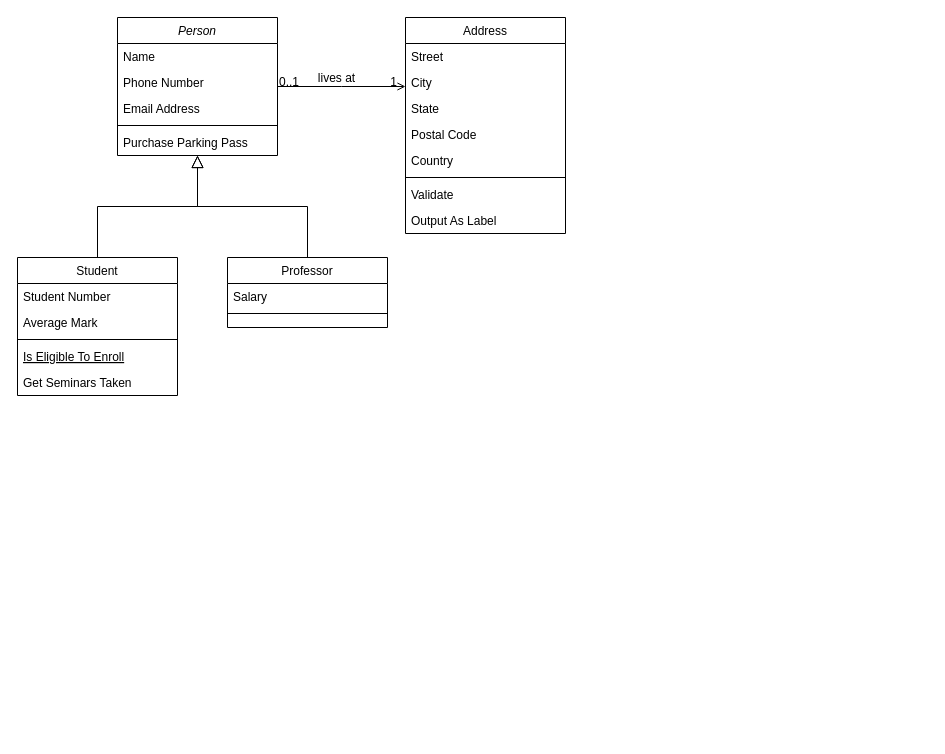
Before: Untitled Diagram.drawio in DiggsPapu/Proyect1_Lisp_Interpreter, a draw.io diagram. Source tidied: cells renumbered, new cells numbered last; positions are measured from the earlier drawing's top-left corner, leaving out a move shared by most shapes. Both pictures are drawn from the tidied source at 100%, with x=0, y=0 at pixel (17, 17).
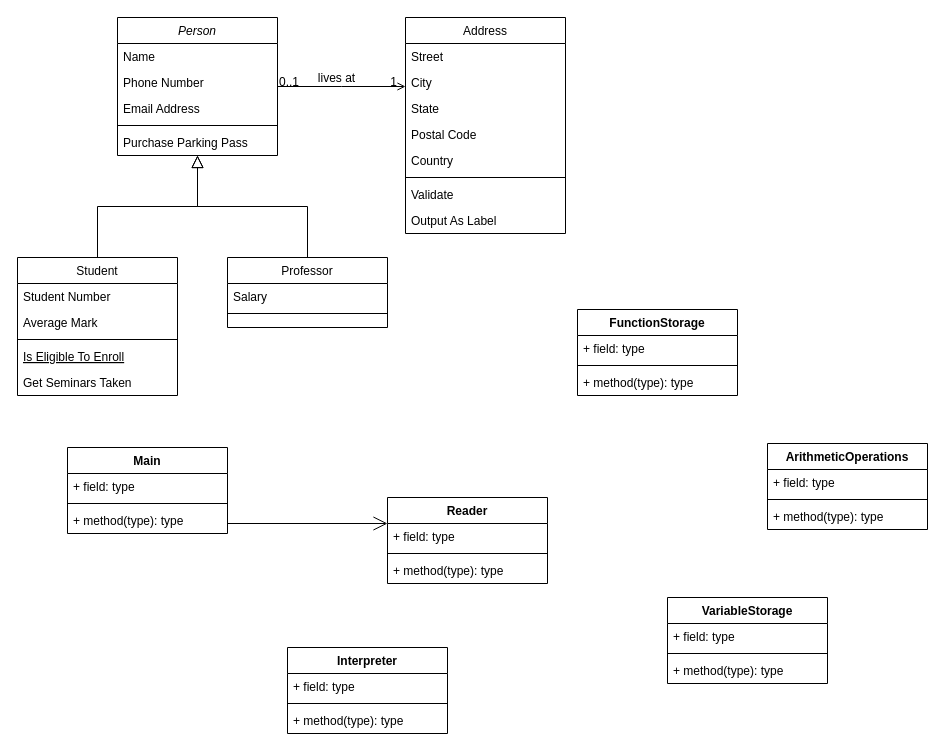
Above is the later version.

The edit, as a diff of the source:
```diff
@@
+    <mxCell id="32" value="Main&#10;" style="swimlane;fontStyle=1;align=center;verticalAlign=top;horizontal=1;startSize=26;" parent="1" vertex="1">
+      <mxGeometry x="50" y="430" width="160" height="86" as="geometry" />
+    </mxCell>
+    <mxCell id="33" value="+ field: type" style="text;strokeColor=none;fillColor=none;align=left;verticalAlign=top;spacingLeft=4;spacingRight=4;overflow=hidden;" parent="32" vertex="1">
+      <mxGeometry y="26" width="160" height="26" as="geometry" />
+    </mxCell>
+    <mxCell id="34" style="line;strokeWidth=1;fillColor=none;align=left;verticalAlign=middle;spacingTop=-1;spacingLeft=3;spacingRight=3;labelPosition=right;" parent="32" vertex="1">
+      <mxGeometry y="52" width="160" height="8" as="geometry" />
+    </mxCell>
+    <mxCell id="35" value="+ method(type): type" style="text;strokeColor=none;fillColor=none;align=left;verticalAlign=top;spacingLeft=4;spacingRight=4;overflow=hidden;" parent="32" vertex="1">
+      <mxGeometry y="60" width="160" height="26" as="geometry" />
+    </mxCell>
+    <mxCell id="36" value="Reader&#10;" style="swimlane;fontStyle=1;align=center;verticalAlign=top;horizontal=1;startSize=26;" parent="1" vertex="1">
+      <mxGeometry x="370" y="480" width="160" height="86" as="geometry" />
+    </mxCell>
+    <mxCell id="37" style="endArrow=open;endFill=1;endSize=12;html=1;rounded=0;" parent="36" edge="1">
+      <mxGeometry relative="1" as="geometry">
+        <mxPoint x="-160" y="26" as="sourcePoint" />
+        <mxPoint y="26" as="targetPoint" />
+      </mxGeometry>
+    </mxCell>
+    <mxCell id="38" value="+ field: type" style="text;strokeColor=none;fillColor=none;align=left;verticalAlign=top;spacingLeft=4;spacingRight=4;overflow=hidden;" parent="36" vertex="1">
+      <mxGeometry y="26" width="160" height="26" as="geometry" />
+    </mxCell>
+    <mxCell id="39" style="line;strokeWidth=1;fillColor=none;align=left;verticalAlign=middle;spacingTop=-1;spacingLeft=3;spacingRight=3;labelPosition=right;" parent="36" vertex="1">
+      <mxGeometry y="52" width="160" height="8" as="geometry" />
+    </mxCell>
+    <mxCell id="40" value="+ method(type): type" style="text;strokeColor=none;fillColor=none;align=left;verticalAlign=top;spacingLeft=4;spacingRight=4;overflow=hidden;" parent="36" vertex="1">
+      <mxGeometry y="60" width="160" height="26" as="geometry" />
+    </mxCell>
+    <mxCell id="41" value="VariableStorage" style="swimlane;fontStyle=1;align=center;verticalAlign=top;horizontal=1;startSize=26;" parent="1" vertex="1">
+      <mxGeometry x="650" y="580" width="160" height="86" as="geometry" />
+    </mxCell>
+    <mxCell id="42" value="+ field: type" style="text;strokeColor=none;fillColor=none;align=left;verticalAlign=top;spacingLeft=4;spacingRight=4;overflow=hidden;" parent="41" vertex="1">
+      <mxGeometry y="26" width="160" height="26" as="geometry" />
+    </mxCell>
+    <mxCell id="43" style="line;strokeWidth=1;fillColor=none;align=left;verticalAlign=middle;spacingTop=-1;spacingLeft=3;spacingRight=3;labelPosition=right;" parent="41" vertex="1">
+      <mxGeometry y="52" width="160" height="8" as="geometry" />
+    </mxCell>
+    <mxCell id="44" value="+ method(type): type" style="text;strokeColor=none;fillColor=none;align=left;verticalAlign=top;spacingLeft=4;spacingRight=4;overflow=hidden;" parent="41" vertex="1">
+      <mxGeometry y="60" width="160" height="26" as="geometry" />
+    </mxCell>
+    <mxCell id="45" value="FunctionStorage" style="swimlane;fontStyle=1;align=center;verticalAlign=top;horizontal=1;startSize=26;" parent="1" vertex="1">
+      <mxGeometry x="560" y="292" width="160" height="86" as="geometry" />
+    </mxCell>
+    <mxCell id="46" value="+ field: type" style="text;strokeColor=none;fillColor=none;align=left;verticalAlign=top;spacingLeft=4;spacingRight=4;overflow=hidden;" parent="45" vertex="1">
+      <mxGeometry y="26" width="160" height="26" as="geometry" />
+    </mxCell>
+    <mxCell id="47" style="line;strokeWidth=1;fillColor=none;align=left;verticalAlign=middle;spacingTop=-1;spacingLeft=3;spacingRight=3;labelPosition=right;" parent="45" vertex="1">
+      <mxGeometry y="52" width="160" height="8" as="geometry" />
+    </mxCell>
+    <mxCell id="48" value="+ method(type): type" style="text;strokeColor=none;fillColor=none;align=left;verticalAlign=top;spacingLeft=4;spacingRight=4;overflow=hidden;" parent="45" vertex="1">
+      <mxGeometry y="60" width="160" height="26" as="geometry" />
+    </mxCell>
+    <mxCell id="49" value="ArithmeticOperations" style="swimlane;fontStyle=1;align=center;verticalAlign=top;horizontal=1;startSize=26;" parent="1" vertex="1">
+      <mxGeometry x="750" y="426" width="160" height="86" as="geometry" />
+    </mxCell>
+    <mxCell id="50" value="+ field: type" style="text;strokeColor=none;fillColor=none;align=left;verticalAlign=top;spacingLeft=4;spacingRight=4;overflow=hidden;" parent="49" vertex="1">
+      <mxGeometry y="26" width="160" height="26" as="geometry" />
+    </mxCell>
+    <mxCell id="51" style="line;strokeWidth=1;fillColor=none;align=left;verticalAlign=middle;spacingTop=-1;spacingLeft=3;spacingRight=3;labelPosition=right;" parent="49" vertex="1">
+      <mxGeometry y="52" width="160" height="8" as="geometry" />
+    </mxCell>
+    <mxCell id="52" value="+ method(type): type" style="text;strokeColor=none;fillColor=none;align=left;verticalAlign=top;spacingLeft=4;spacingRight=4;overflow=hidden;" parent="49" vertex="1">
+      <mxGeometry y="60" width="160" height="26" as="geometry" />
+    </mxCell>
+    <mxCell id="53" value="Interpreter" style="swimlane;fontStyle=1;align=center;verticalAlign=top;horizontal=1;startSize=26;" parent="1" vertex="1">
+      <mxGeometry x="270" y="630" width="160" height="86" as="geometry" />
+    </mxCell>
+    <mxCell id="54" value="+ field: type" style="text;strokeColor=none;fillColor=none;align=left;verticalAlign=top;spacingLeft=4;spacingRight=4;overflow=hidden;" parent="53" vertex="1">
+      <mxGeometry y="26" width="160" height="26" as="geometry" />
+    </mxCell>
+    <mxCell id="55" style="line;strokeWidth=1;fillColor=none;align=left;verticalAlign=middle;spacingTop=-1;spacingLeft=3;spacingRight=3;labelPosition=right;" parent="53" vertex="1">
+      <mxGeometry y="52" width="160" height="8" as="geometry" />
+    </mxCell>
+    <mxCell id="56" value="+ method(type): type" style="text;strokeColor=none;fillColor=none;align=left;verticalAlign=top;spacingLeft=4;spacingRight=4;overflow=hidden;" parent="53" vertex="1">
+      <mxGeometry y="60" width="160" height="26" as="geometry" />
+    </mxCell>
```
